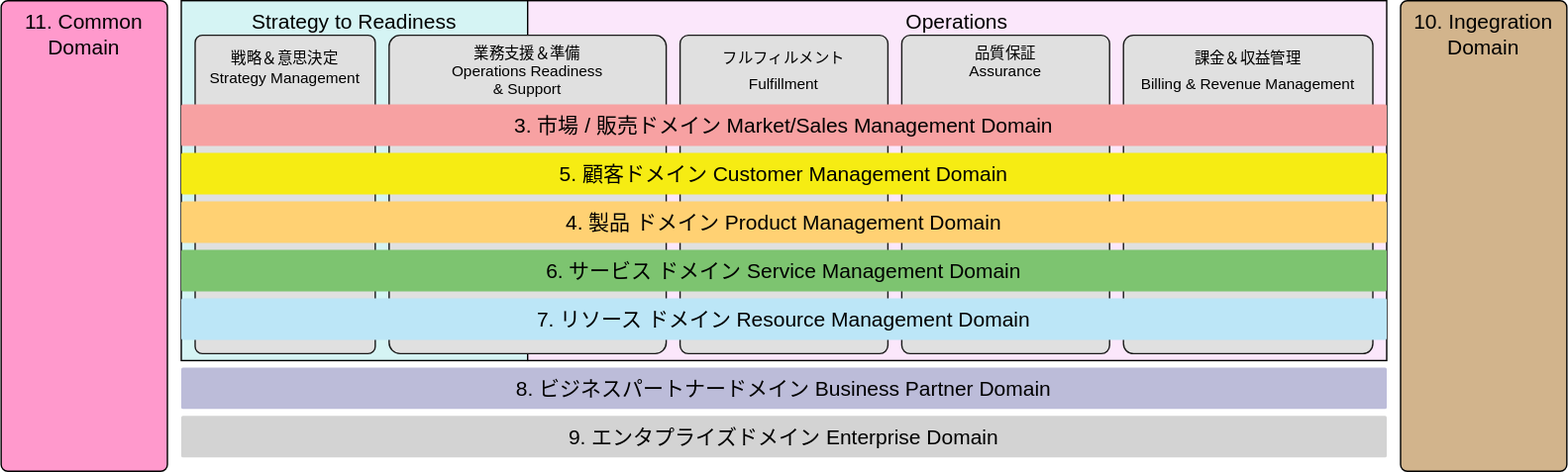
Above: src/assets/TAM_Overview_ja.drawio.svg in nojaja/FrameworxDiagramViewer (draw.io), before the change. Source tidied: cells renumbered, new cells last; positions are measured from the earlier drawing's top-left corner, leaving out a move shared by most shapes.
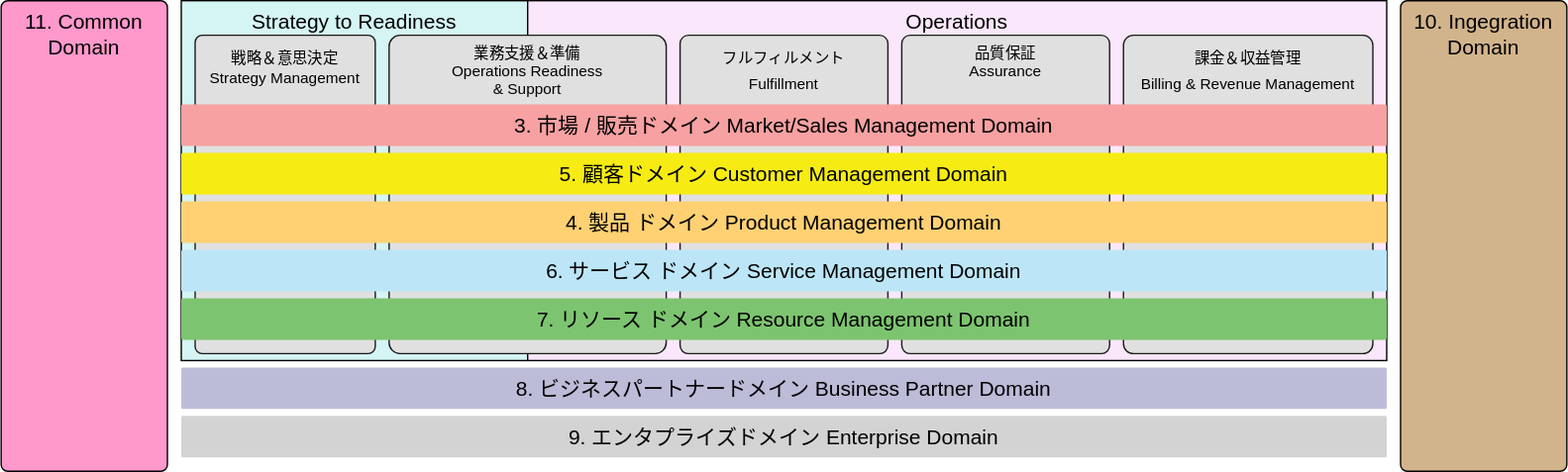
The same file after the commit.

What changed in the source:
```diff
@@ -38,10 +38,10 @@
     <mxCell id="13" value="4. 製品&lt;span style=&quot;color: rgba(0 , 0 , 0 , 0) ; font-family: monospace ; font-size: 0px&quot;&gt;%3CmxGraphModel%3E%3Croot%3E%3CmxCell%20id%3D%220%22%2F%3E%3CmxCell%20id%3D%221%22%20parent%3D%220%22%2F%3E%3CmxCell%20id%3D%222%22%20value%3D%22%E9%A1%A7%E5%AE%A2%26lt%3Bbr%26gt%3B%E3%83%89%E3%83%A1%E3%82%A4%E3%83%B3%22%20style%3D%22rounded%3D1%3BwhiteSpace%3Dwrap%3Bhtml%3D1%3BarcSize%3D4%3BverticalAlign%3Dmiddle%3BfontSize%3D15%3BfontColor%3D%23000000%3BstrokeColor%3Dnone%3BfillColor%3D%23F7A1A2%3B%22%20vertex%3D%221%22%20parent%3D%221%22%3E%3CmxGeometry%20x%3D%22130%22%20y%3D%22170%22%20width%3D%221030%22%20height%3D%2260%22%20as%3D%22geometry%22%2F%3E%3C%2FmxCell%3E%3C%2Froot%3E%3C%2FmxGraphModel%3E&lt;/span&gt;ドメイン&amp;nbsp;&lt;span&gt;Product Management Domain&lt;br&gt;&lt;/span&gt;" style="rounded=1;whiteSpace=wrap;html=1;arcSize=4;verticalAlign=middle;fontSize=15;fontColor=#000000;strokeColor=none;fillColor=#FFD173;" parent="1" vertex="1">
       <mxGeometry x="130" y="145" width="870" height="30" as="geometry" />
     </mxCell>
-    <mxCell id="14" value="6. サービス&lt;span style=&quot;color: rgba(0 , 0 , 0 , 0) ; font-family: monospace ; font-size: 0px&quot;&gt;%3CmxGraphModel%3E%3Croot%3E%3CmxCell%20id%3D%220%22%2F%3E%3CmxCell%20id%3D%221%22%20parent%3D%220%22%2F%3E%3CmxCell%20id%3D%222%22%20value%3D%22%E9%A1%A7%E5%AE%A2%26lt%3Bbr%26gt%3B%E3%83%89%E3%83%A1%E3%82%A4%E3%83%B3%22%20style%3D%22rounded%3D1%3BwhiteSpace%3Dwrap%3Bhtml%3D1%3BarcSize%3D4%3BverticalAlign%3Dmiddle%3BfontSize%3D15%3BfontColor%3D%23000000%3BstrokeColor%3Dnone%3BfillColor%3D%23F7A1A2%3B%22%20vertex%3D%221%22%20parent%3D%221%22%3E%3CmxGeometry%20x%3D%22130%22%20y%3D%22170%22%20width%3D%221030%22%20height%3D%2260%22%20as%3D%22geometry%22%2F%3E%3C%2FmxCell%3E%3C%2Froot%3E%3C%2FmxGraphModel%3E&lt;/span&gt;ドメイン&amp;nbsp;&lt;span&gt;Service Management Domain&lt;br&gt;&lt;/span&gt;" style="rounded=1;whiteSpace=wrap;html=1;arcSize=4;verticalAlign=middle;fontSize=15;fontColor=#000000;strokeColor=none;fillColor=#7DC470;" parent="1" vertex="1">
+    <mxCell id="14" value="6. サービス&lt;span style=&quot;color: rgba(0 , 0 , 0 , 0) ; font-family: monospace ; font-size: 0px&quot;&gt;%3CmxGraphModel%3E%3Croot%3E%3CmxCell%20id%3D%220%22%2F%3E%3CmxCell%20id%3D%221%22%20parent%3D%220%22%2F%3E%3CmxCell%20id%3D%222%22%20value%3D%22%E9%A1%A7%E5%AE%A2%26lt%3Bbr%26gt%3B%E3%83%89%E3%83%A1%E3%82%A4%E3%83%B3%22%20style%3D%22rounded%3D1%3BwhiteSpace%3Dwrap%3Bhtml%3D1%3BarcSize%3D4%3BverticalAlign%3Dmiddle%3BfontSize%3D15%3BfontColor%3D%23000000%3BstrokeColor%3Dnone%3BfillColor%3D%23F7A1A2%3B%22%20vertex%3D%221%22%20parent%3D%221%22%3E%3CmxGeometry%20x%3D%22130%22%20y%3D%22170%22%20width%3D%221030%22%20height%3D%2260%22%20as%3D%22geometry%22%2F%3E%3C%2FmxCell%3E%3C%2Froot%3E%3C%2FmxGraphModel%3E&lt;/span&gt;ドメイン&amp;nbsp;&lt;span&gt;Service Management Domain&lt;br&gt;&lt;/span&gt;" style="rounded=1;whiteSpace=wrap;html=1;arcSize=4;verticalAlign=middle;fontSize=15;fontColor=#000000;strokeColor=none;fillColor=#BCE6F7;" parent="1" vertex="1">
       <mxGeometry x="130" y="180" width="870" height="30" as="geometry" />
     </mxCell>
-    <mxCell id="15" value="7. リソース&lt;span style=&quot;color: rgba(0 , 0 , 0 , 0) ; font-family: monospace ; font-size: 0px&quot;&gt;%3CmxGraphModel%3E%3Croot%3E%3CmxCell%20id%3D%220%22%2F%3E%3CmxCell%20id%3D%221%22%20parent%3D%220%22%2F%3E%3CmxCell%20id%3D%222%22%20value%3D%22%E9%A1%A7%E5%AE%A2%26lt%3Bbr%26gt%3B%E3%83%89%E3%83%A1%E3%82%A4%E3%83%B3%22%20style%3D%22rounded%3D1%3BwhiteSpace%3Dwrap%3Bhtml%3D1%3BarcSize%3D4%3BverticalAlign%3Dmiddle%3BfontSize%3D15%3BfontColor%3D%23000000%3BstrokeColor%3Dnone%3BfillColor%3D%23F7A1A2%3B%22%20vertex%3D%221%22%20parent%3D%221%22%3E%3CmxGeometry%20x%3D%22130%22%20y%3D%22170%22%20width%3D%221030%22%20height%3D%2260%22%20as%3D%22geometry%22%2F%3E%3C%2FmxCell%3E%3C%2Froot%3E%3C%2FmxGraphModel%3E&lt;/span&gt;ドメイン&amp;nbsp;&lt;span&gt;Resource Management Domain&lt;br&gt;&lt;/span&gt;" style="rounded=1;whiteSpace=wrap;html=1;arcSize=4;verticalAlign=middle;fontSize=15;fontColor=#000000;strokeColor=none;fillColor=#BCE6F7;" parent="1" vertex="1">
+    <mxCell id="15" value="7. リソース&lt;span style=&quot;color: rgba(0 , 0 , 0 , 0) ; font-family: monospace ; font-size: 0px&quot;&gt;%3CmxGraphModel%3E%3Croot%3E%3CmxCell%20id%3D%220%22%2F%3E%3CmxCell%20id%3D%221%22%20parent%3D%220%22%2F%3E%3CmxCell%20id%3D%222%22%20value%3D%22%E9%A1%A7%E5%AE%A2%26lt%3Bbr%26gt%3B%E3%83%89%E3%83%A1%E3%82%A4%E3%83%B3%22%20style%3D%22rounded%3D1%3BwhiteSpace%3Dwrap%3Bhtml%3D1%3BarcSize%3D4%3BverticalAlign%3Dmiddle%3BfontSize%3D15%3BfontColor%3D%23000000%3BstrokeColor%3Dnone%3BfillColor%3D%23F7A1A2%3B%22%20vertex%3D%221%22%20parent%3D%221%22%3E%3CmxGeometry%20x%3D%22130%22%20y%3D%22170%22%20width%3D%221030%22%20height%3D%2260%22%20as%3D%22geometry%22%2F%3E%3C%2FmxCell%3E%3C%2Froot%3E%3C%2FmxGraphModel%3E&lt;/span&gt;ドメイン&amp;nbsp;&lt;span&gt;Resource Management Domain&lt;br&gt;&lt;/span&gt;" style="rounded=1;whiteSpace=wrap;html=1;arcSize=4;verticalAlign=middle;fontSize=15;fontColor=#000000;strokeColor=none;fillColor=#7DC470;" parent="1" vertex="1">
       <mxGeometry x="130" y="215" width="870" height="30" as="geometry" />
     </mxCell>
     <mxCell id="16" value="8. ビジネスパートナードメイン&amp;nbsp;&lt;span&gt;Business Partner Domain&lt;br&gt;&lt;/span&gt;" style="rounded=1;whiteSpace=wrap;html=1;arcSize=4;verticalAlign=middle;fontSize=15;fontColor=#000000;strokeColor=none;fillColor=#BCBCD9;" parent="1" vertex="1">
```
